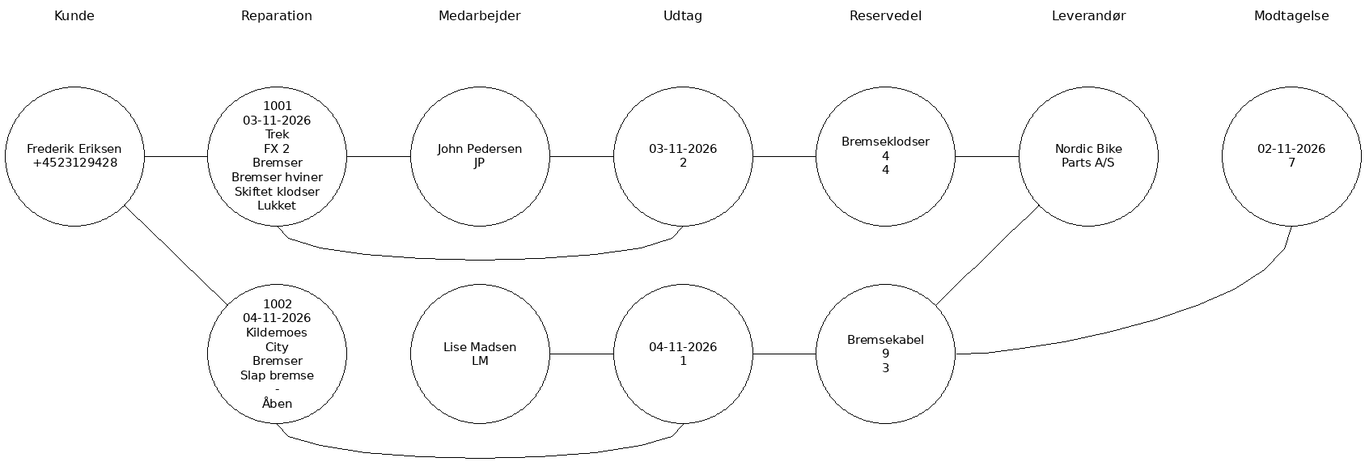
This is 3. Objekt Model/objektmodel.png from Zoabz/Getting-Real, a PlantUML export, as it was before one commit. Its source is kept beside it as 3. Objekt Model/objektmodel.puml.
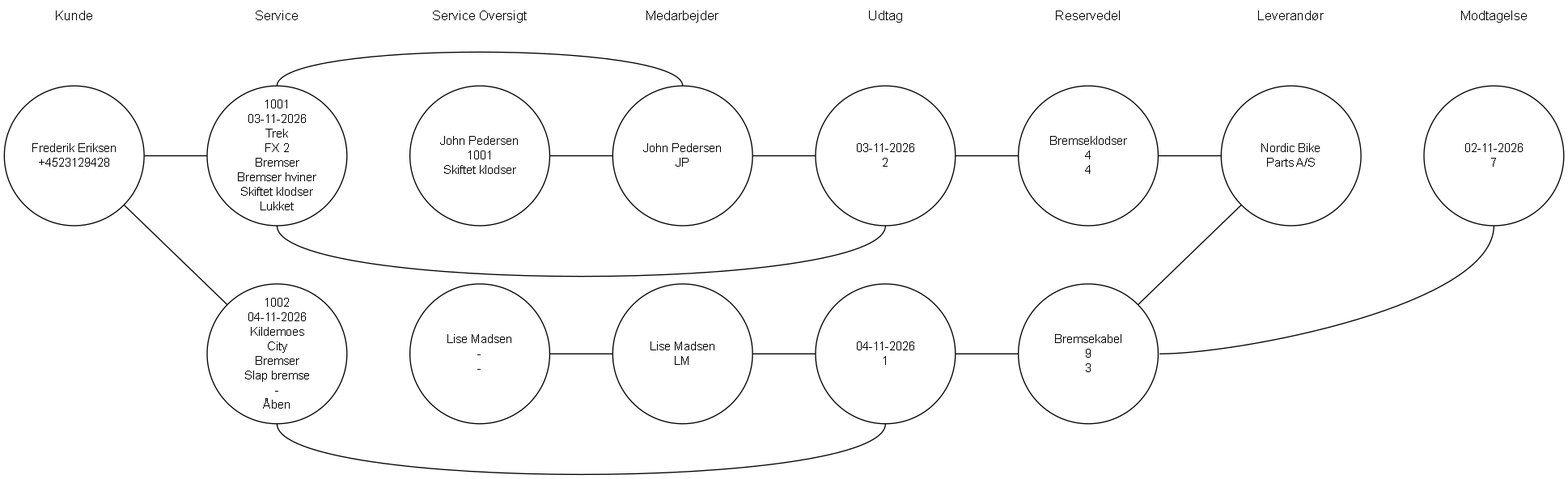
The same file after the commit.

Change to the diagram source:
```diff
@@ -7,7 +7,8 @@
   // Klasser (overskrifter)
   node [shape=plaintext, fixedsize=true, width=1.8, height=0.3, fontname="Arial", fontsize=12, fontcolor=black]
   hK [label="Kunde"]
-  hR [label="Reparation"]
+  hR [label="Service"]
+  hSO [label="Service Oversigt"]
   hM [label="Medarbejder"]
   hU [label="Udtag"]
   hS [label="Reservedel"]
@@ -19,6 +20,8 @@
   frederik [label="Frederik Eriksen\n+4523129428"]
   r1001 [label="1001\n03-11-2026\nTrek\nFX 2\nBremser\nBremser hviner\nSkiftet klodser\nLukket"]
   r1002 [label="1002\n04-11-2026\nKildemoes\nCity\nBremser\nSlap bremse\n-\nÅben"]
+  soJohn [label="John Pedersen\n1001\nSkiftet klodser"]
+  soLise [label="Lise Madsen\n-\n-"]
   john [label="John Pedersen\nJP"]
   lise [label="Lise Madsen\nLM"]
   u1 [label="03-11-2026\n2"]
@@ -29,30 +32,37 @@
   mod1 [label="02-11-2026\n7"]
 
   // Rækker: overskrifter, række 1 og række 2
-  { rank=same; hK; hR; hM; hU; hS; hL; hMo }
-  { rank=same; frederik; r1001; john; u1; klodser; nordic; mod1 }
-  { rank=same; r1002; lise; u2; kabel }
+  { rank=same; hK; hR; hSO; hM; hU; hS; hL; hMo }
+  { rank=same; frederik; r1001; soJohn; john; u1; klodser; nordic; mod1 }
+  { rank=same; r1002; soLise; lise; u2; kabel }
 
   // Usynlige linjer, der holder rækkefølgen og kolonnerne
-  hK -> hR -> hM -> hU -> hS -> hL -> hMo [style=invis]
+  hK -> hR -> hSO -> hM -> hU -> hS -> hL -> hMo [style=invis]
   hK -> frederik [style=invis, weight=10]
   hR -> r1001 [style=invis, weight=10]
+  hSO -> soJohn [style=invis, weight=10]
   hM -> john [style=invis, weight=10]
   hU -> u1 [style=invis, weight=10]
   hS -> klodser [style=invis, weight=10]
   hL -> nordic [style=invis, weight=10]
   hMo -> mod1 [style=invis, weight=10]
   r1001 -> r1002 [style=invis, weight=10]
+  soJohn -> soLise [style=invis, weight=10]
   john -> lise [style=invis, weight=10]
   u1 -> u2 [style=invis, weight=10]
   klodser -> kabel [style=invis, weight=10]
-  r1002 -> lise [style=invis]
+  r1001 -> soJohn [style=invis]
+  r1002 -> soLise [style=invis]
   nordic -> mod1 [style=invis]
 
   // Relationer (samme linjer som i objektmodel.png)
   frederik -> r1001
   frederik -> r1002
-  r1001 -> john
+  // Service - Medarbejder går over Service Oversigt
+  r1001:n -> john:n
+  // Medarbejder 1 - 1 Service Oversigt
+  soJohn -> john
+  soLise -> lise
   john -> u1
   r1001:s -> u1:s
   lise -> u2
```
